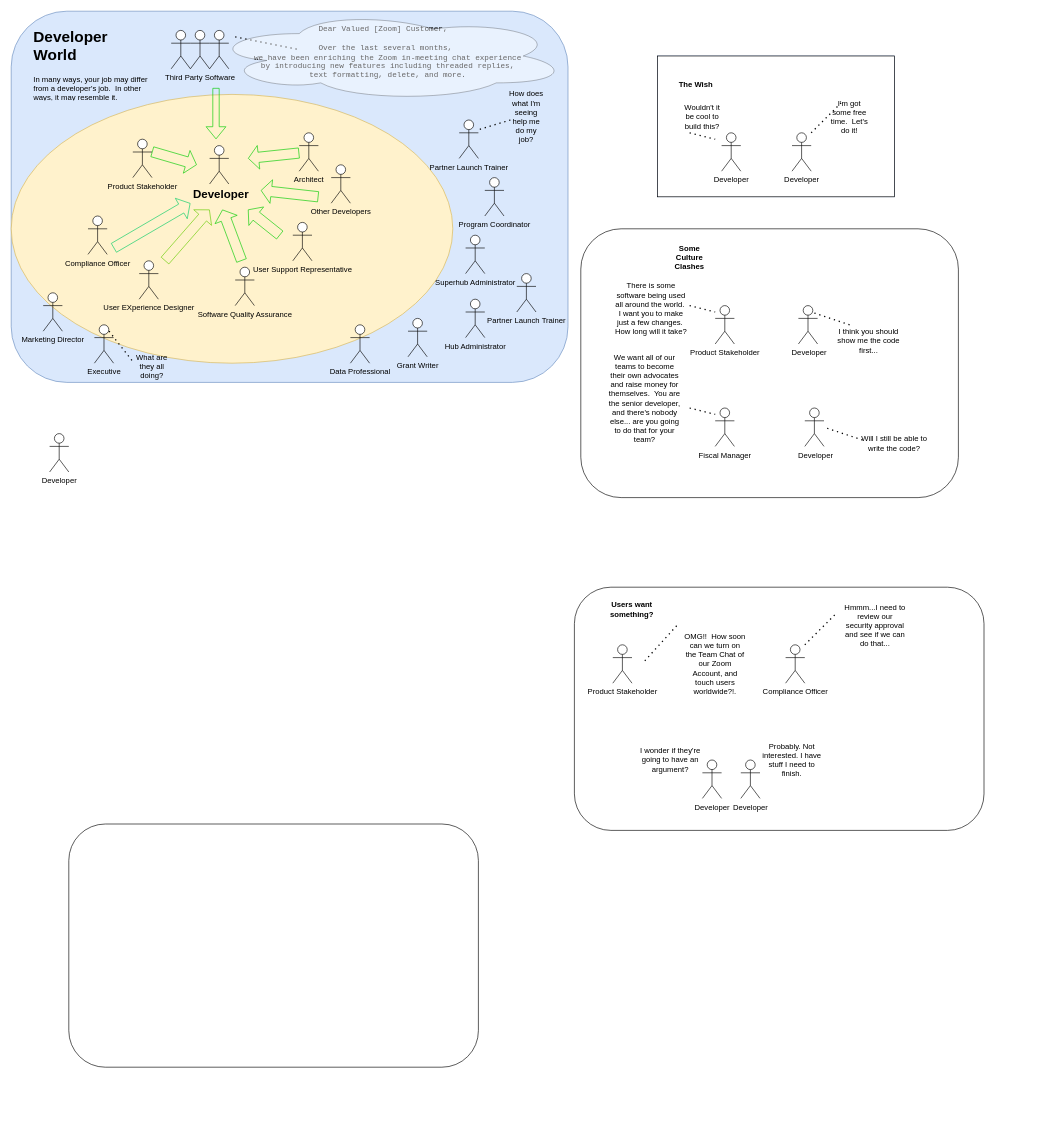
Above: DevelopersOperations.drawio in wardance-ferret/drawio (draw.io), before the change. Source tidied: cells renumbered, new cells numbered last; positions are measured from the earlier drawing's top-left corner, leaving out a move shared by most shapes. Both pictures are drawn from the tidied source at 64%, with x=0, y=0 at pixel (11, 11).
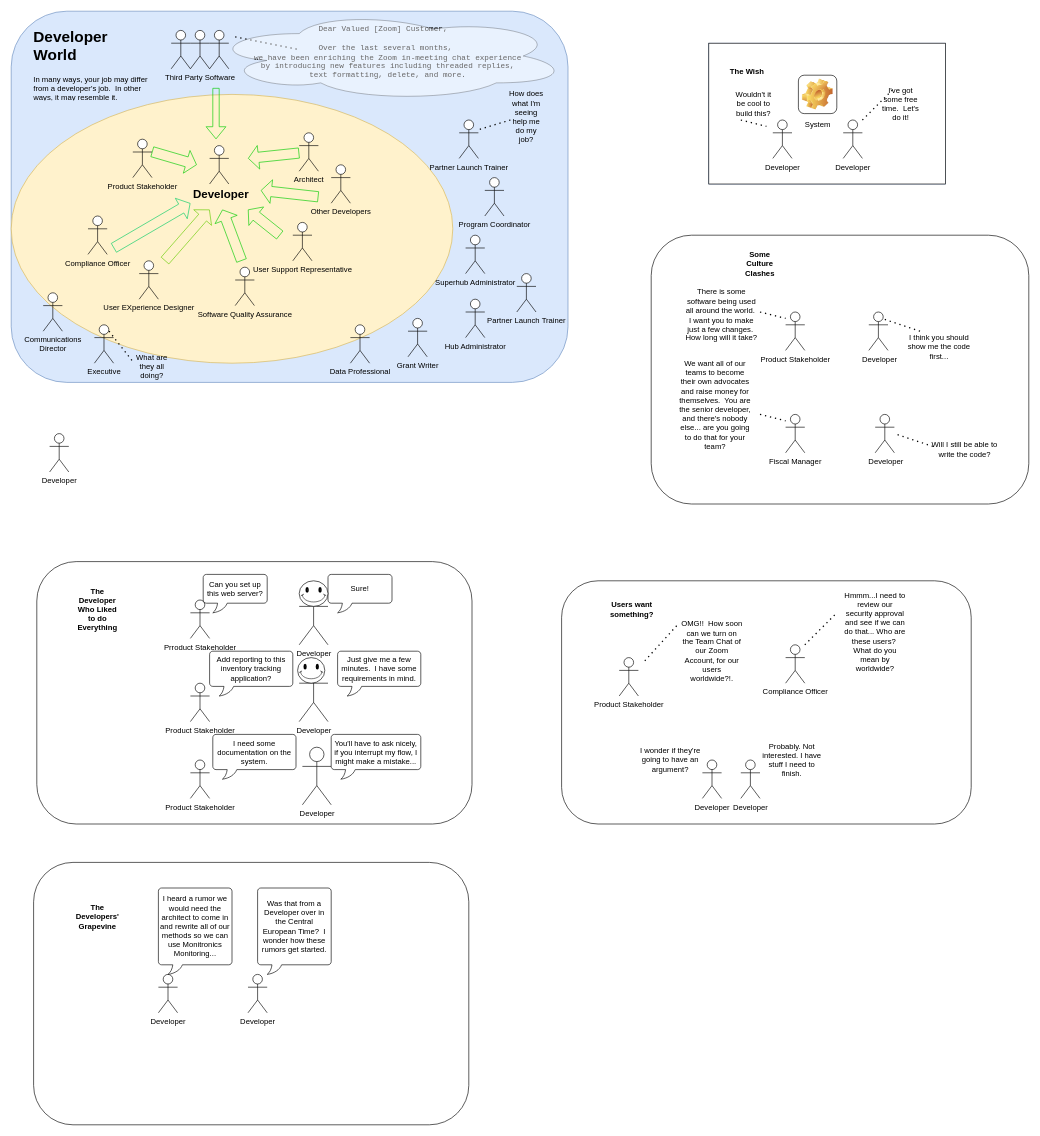
After the change.

Diff of the diagram source:
```diff
@@
     <mxCell id="4" style="rounded=1;whiteSpace=wrap;html=1;" parent="1" vertex="1">
-      <mxGeometry x="880" y="900" width="640" height="380" as="geometry" />
+      <mxGeometry x="860" y="890" width="640" height="380" as="geometry" />
     </mxCell>
@@
     <mxCell id="17" value="Product Stakeholder" style="shape=umlActor;verticalLabelPosition=bottom;verticalAlign=top;html=1;" parent="1" vertex="1">
-      <mxGeometry x="940" y="990" width="30" height="60" as="geometry" />
+      <mxGeometry x="950" y="1010" width="30" height="60" as="geometry" />
     </mxCell>
@@
     <mxCell id="23" style="group;fillColor=#DAE8FC;strokeColor=#6c8ebf;fillStyle=dots;" parent="1" vertex="1">
-      <mxGeometry x="1010" y="70" width="370" height="220" as="geometry" />
+      <mxGeometry x="1090" y="50" width="370" height="220" as="geometry" />
     </mxCell>
@@
-    <mxCell id="28" value="I'm got some free time.&amp;nbsp; Let's do it!" style="text;html=1;strokeColor=none;fillColor=none;align=center;verticalAlign=middle;whiteSpace=wrap;rounded=0;" parent="23" vertex="1">
+    <mxCell id="28" value="I've got some free time.&amp;nbsp; Let's do it!" style="text;html=1;strokeColor=none;fillColor=none;align=center;verticalAlign=middle;whiteSpace=wrap;rounded=0;" parent="23" vertex="1">
       <mxGeometry x="270" y="80" width="60" height="30" as="geometry" />
     </mxCell>
@@
+    <mxCell id="78" value="System" style="icon;html=1;image=img/clipart/Gear_128x128.png;" parent="23" vertex="1">
+      <mxGeometry x="140" y="50" width="60" height="60" as="geometry" />
+    </mxCell>
@@
     <mxCell id="36" style="group;" parent="1" vertex="1">
-      <mxGeometry x="890" y="340" width="590" height="420" as="geometry" />
+      <mxGeometry x="1000" y="350" width="590" height="420" as="geometry" />
     </mxCell>
@@
-    <mxCell id="55" value="Hmmm...I need to review our security approval and see if we can do that..." style="text;html=1;strokeColor=none;fillColor=none;align=center;verticalAlign=middle;whiteSpace=wrap;rounded=0;" parent="1" vertex="1">
-      <mxGeometry x="1300" y="930" width="100" height="60" as="geometry" />
+    <mxCell id="55" value="Hmmm...I need to review our security approval and see if we can do that... Who are these users?&amp;nbsp; What do you mean by worldwide?" style="text;html=1;strokeColor=none;fillColor=none;align=center;verticalAlign=middle;whiteSpace=wrap;rounded=0;" parent="1" vertex="1">
+      <mxGeometry x="1300" y="940" width="100" height="60" as="geometry" />
     </mxCell>
@@
-    <mxCell id="57" value="OMG!!&amp;nbsp; How soon can we turn on the Team Chat of our Zoom Account, and touch users worldwide?!." style="text;html=1;strokeColor=none;fillColor=none;align=center;verticalAlign=middle;whiteSpace=wrap;rounded=0;" parent="1" vertex="1">
-      <mxGeometry x="1050" y="990" width="100" height="60" as="geometry" />
+    <mxCell id="57" value="OMG!!&amp;nbsp; How soon can we turn on the Team Chat of our Zoom Account, for our users worldwide?!." style="text;html=1;strokeColor=none;fillColor=none;align=center;verticalAlign=middle;whiteSpace=wrap;rounded=0;" parent="1" vertex="1">
+      <mxGeometry x="1045" y="970" width="100" height="60" as="geometry" />
     </mxCell>
@@
     <mxCell id="63" style="rounded=1;whiteSpace=wrap;html=1;" parent="1" vertex="1">
-      <mxGeometry x="90" y="1270" width="640" height="380" as="geometry" />
+      <mxGeometry x="40" y="860" width="680" height="410" as="geometry" />
     </mxCell>
@@
-    <mxCell id="72" value="Marketing Director" style="shape=umlActor;verticalLabelPosition=bottom;verticalAlign=top;html=1;" parent="1" vertex="1">
+    <mxCell id="72" value="Communications&lt;br&gt; Director" style="shape=umlActor;verticalLabelPosition=bottom;verticalAlign=top;html=1;" parent="1" vertex="1">
       <mxGeometry x="50" y="440" width="30" height="60" as="geometry" />
     </mxCell>
@@
+    <mxCell id="79" value="&lt;b&gt;The Developer Who Liked to do Everything&lt;br&gt;&lt;/b&gt;" style="text;html=1;strokeColor=none;fillColor=none;align=center;verticalAlign=middle;whiteSpace=wrap;rounded=0;" parent="1" vertex="1">
+      <mxGeometry x="105" y="920" width="60" height="30" as="geometry" />
+    </mxCell>
+    <mxCell id="80" value="Prroduct Stakeholder" style="shape=umlActor;verticalLabelPosition=bottom;verticalAlign=top;html=1;" parent="1" vertex="1">
+      <mxGeometry x="280" y="920" width="30" height="60" as="geometry" />
+    </mxCell>
+    <mxCell id="81" value="Developer" style="shape=umlActor;verticalLabelPosition=bottom;verticalAlign=top;html=1;" parent="1" vertex="1">
+      <mxGeometry x="450" y="900" width="45" height="90" as="geometry" />
+    </mxCell>
+    <mxCell id="82" value="Can you set up this web server?" style="whiteSpace=wrap;html=1;shape=mxgraph.basic.roundRectCallout;dx=30;dy=15;size=5;boundedLbl=1;" parent="1" vertex="1">
+      <mxGeometry x="300" y="880" width="100" height="60" as="geometry" />
+    </mxCell>
+    <mxCell id="83" value="Product Stakeholder" style="shape=umlActor;verticalLabelPosition=bottom;verticalAlign=top;html=1;" parent="1" vertex="1">
+      <mxGeometry x="280" y="1050" width="30" height="60" as="geometry" />
+    </mxCell>
+    <mxCell id="84" value="Developer" style="shape=umlActor;verticalLabelPosition=bottom;verticalAlign=top;html=1;" parent="1" vertex="1">
+      <mxGeometry x="450" y="1020" width="45" height="90" as="geometry" />
+    </mxCell>
+    <mxCell id="85" value="Developer" style="shape=umlActor;verticalLabelPosition=bottom;verticalAlign=top;html=1;" parent="1" vertex="1">
+      <mxGeometry x="455" y="1150" width="45" height="90" as="geometry" />
+    </mxCell>
+    <mxCell id="86" value="Product Stakeholder" style="shape=umlActor;verticalLabelPosition=bottom;verticalAlign=top;html=1;" parent="1" vertex="1">
+      <mxGeometry x="280" y="1170" width="30" height="60" as="geometry" />
+    </mxCell>
+    <mxCell id="87" value="Add reporting to this inventory tracking application?" style="whiteSpace=wrap;html=1;shape=mxgraph.basic.roundRectCallout;dx=30;dy=15;size=5;boundedLbl=1;" parent="1" vertex="1">
+      <mxGeometry x="310" y="1000" width="130" height="70" as="geometry" />
+    </mxCell>
+    <mxCell id="88" value="I need some documentation on the system." style="whiteSpace=wrap;html=1;shape=mxgraph.basic.roundRectCallout;dx=30;dy=15;size=5;boundedLbl=1;" parent="1" vertex="1">
+      <mxGeometry x="315" y="1130" width="130" height="70" as="geometry" />
+    </mxCell>
+    <mxCell id="89" value="You'll have to ask nicely, if you interrupt my flow, I might make a mistake..." style="whiteSpace=wrap;html=1;shape=mxgraph.basic.roundRectCallout;dx=30;dy=15;size=5;boundedLbl=1;" parent="1" vertex="1">
+      <mxGeometry x="500" y="1130" width="140" height="70" as="geometry" />
+    </mxCell>
+    <mxCell id="90" value="Sure!" style="whiteSpace=wrap;html=1;shape=mxgraph.basic.roundRectCallout;dx=30;dy=15;size=5;boundedLbl=1;" parent="1" vertex="1">
+      <mxGeometry x="495" y="880" width="100" height="60" as="geometry" />
+    </mxCell>
+    <mxCell id="91" value="Just give me a few minutes.&amp;nbsp; I have some requirements in mind." style="whiteSpace=wrap;html=1;shape=mxgraph.basic.roundRectCallout;dx=30;dy=15;size=5;boundedLbl=1;" parent="1" vertex="1">
+      <mxGeometry x="510" y="1000" width="130" height="70" as="geometry" />
+    </mxCell>
+    <mxCell id="92" style="verticalLabelPosition=bottom;verticalAlign=top;html=1;shape=mxgraph.basic.smiley;" parent="1" vertex="1">
+      <mxGeometry x="450" y="890" width="45" height="40" as="geometry" />
+    </mxCell>
+    <mxCell id="93" style="verticalLabelPosition=bottom;verticalAlign=top;html=1;shape=mxgraph.basic.smiley;" parent="1" vertex="1">
+      <mxGeometry x="447.5" y="1010" width="42.5" height="40" as="geometry" />
+    </mxCell>
+    <mxCell id="94" style="rounded=1;whiteSpace=wrap;html=1;" parent="1" vertex="1">
+      <mxGeometry x="35" y="1330" width="680" height="410" as="geometry" />
+    </mxCell>
+    <mxCell id="95" value="&lt;b&gt;The Developers' Grapevine&lt;br&gt;&lt;/b&gt;" style="text;html=1;strokeColor=none;fillColor=none;align=center;verticalAlign=middle;whiteSpace=wrap;rounded=0;" parent="1" vertex="1">
+      <mxGeometry x="105" y="1400" width="60" height="30" as="geometry" />
+    </mxCell>
+    <mxCell id="96" value="Developer" style="shape=umlActor;verticalLabelPosition=bottom;verticalAlign=top;html=1;" parent="1" vertex="1">
+      <mxGeometry x="230" y="1505" width="30" height="60" as="geometry" />
+    </mxCell>
+    <mxCell id="97" value="Developer" style="shape=umlActor;verticalLabelPosition=bottom;verticalAlign=top;html=1;" parent="1" vertex="1">
+      <mxGeometry x="370" y="1505" width="30" height="60" as="geometry" />
+    </mxCell>
+    <mxCell id="98" value="I heard a rumor we would need the architect to come in and rewrite all of our methods so we can use Monitronics Monitoring..." style="whiteSpace=wrap;html=1;shape=mxgraph.basic.roundRectCallout;dx=30;dy=15;size=5;boundedLbl=1;" parent="1" vertex="1">
+      <mxGeometry x="230" y="1370" width="115" height="135" as="geometry" />
+    </mxCell>
+    <mxCell id="99" value="Was that from a Developer over in the Central European Time?&amp;nbsp; I wonder how these rumors get started." style="whiteSpace=wrap;html=1;shape=mxgraph.basic.roundRectCallout;dx=30;dy=15;size=5;boundedLbl=1;" parent="1" vertex="1">
+      <mxGeometry x="385" y="1370" width="115" height="135" as="geometry" />
+    </mxCell>
```
